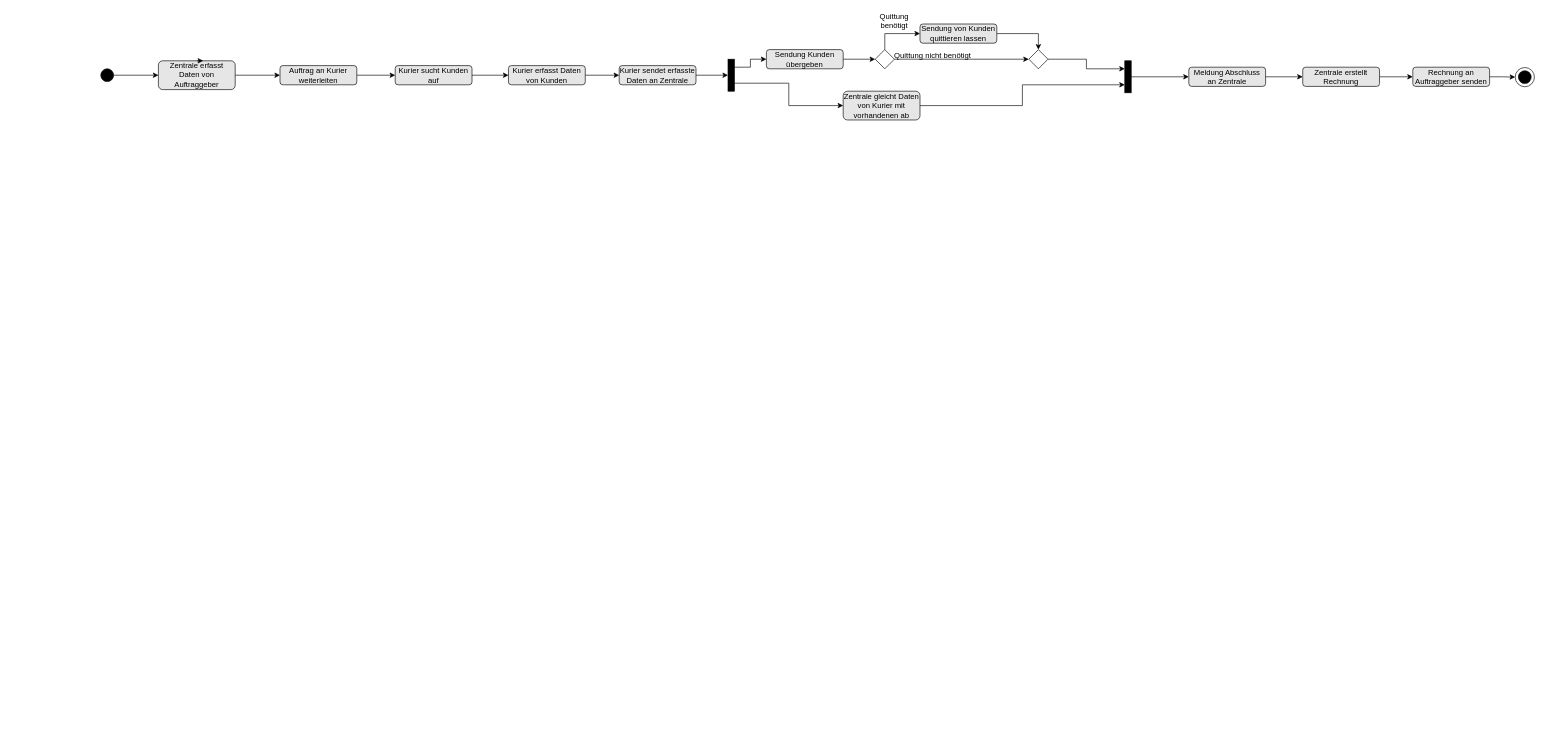
Before: 3-Lehrjahr/UML/02_Aktivitaetsdiagramme/004-kurierfahrt.drawio in deanomus/SZUT, a draw.io diagram. Source tidied: cells renumbered, new cells numbered last; positions are measured from the earlier drawing's top-left corner, leaving out a move shared by most shapes. Both pictures are drawn from the tidied source at 64%, with x=0, y=0 at pixel (100, 11).
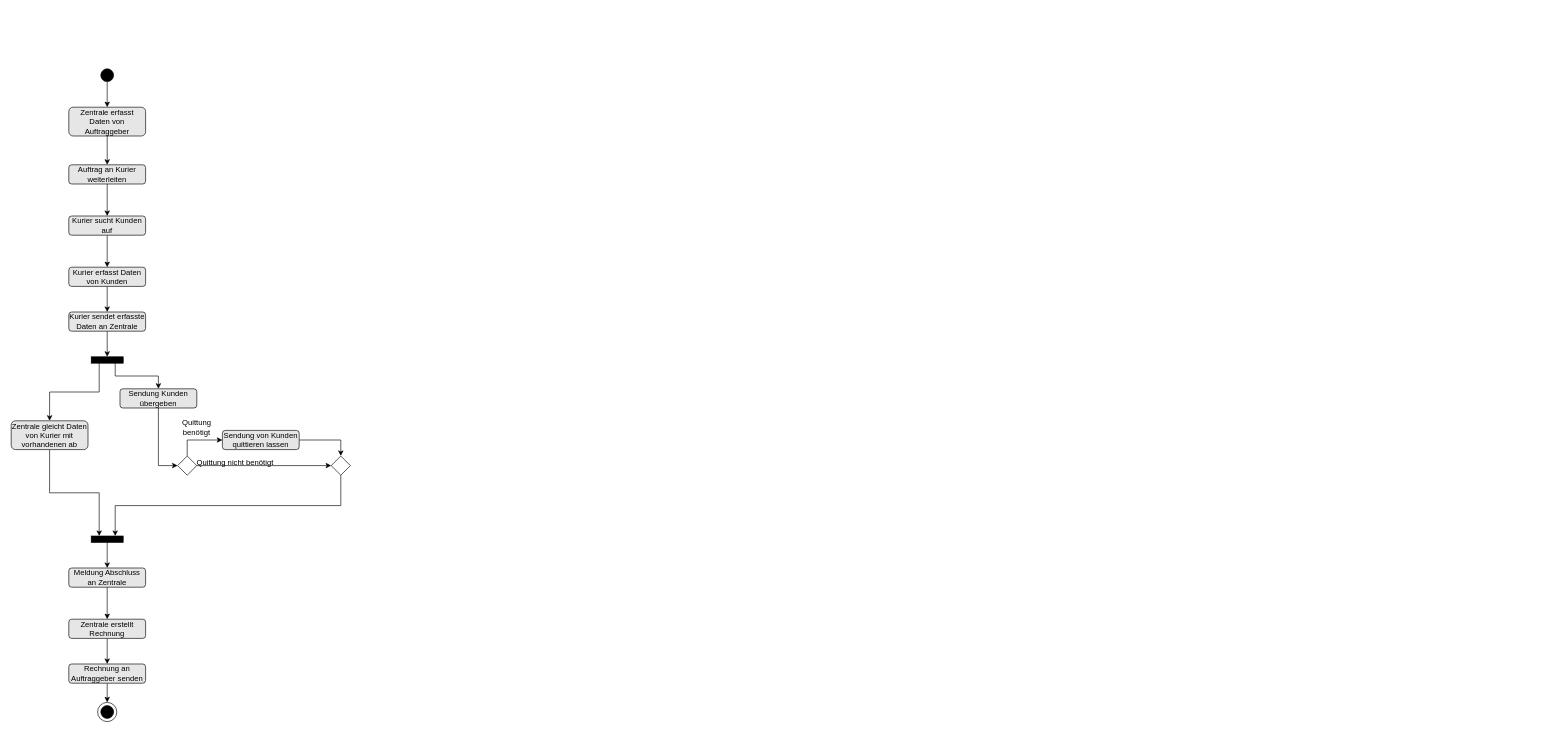
The same diagram, later.

The change refers to these unchanged cells:
```xml
<mxCell id="3" style="ellipse;whiteSpace=wrap;html=1;fillColor=#000000;" parent="1" vertex="1">
  <mxGeometry y="90" width="20" height="20" as="geometry" />
</mxCell>
```

What changed in the source:
```diff
@@
-    <mxCell id="2" style="edgeStyle=orthogonalEdgeStyle;rounded=0;jettySize=auto;html=1;exitX=1;exitY=0.5;exitDx=0;exitDy=0;" parent="1" edge="1" source="3" target="5">
+    <mxCell id="2" style="edgeStyle=orthogonalEdgeStyle;rounded=0;jettySize=auto;html=1;exitX=0.5;exitY=1;exitDx=0;exitDy=0;entryX=0.5;entryY=0;entryDx=0;entryDy=0;" parent="1" edge="1" source="3" target="5">
       <mxGeometry relative="1" as="geometry" />
     </mxCell>
@@
-    <mxCell id="4" style="edgeStyle=orthogonalEdgeStyle;rounded=0;jettySize=auto;html=1;exitX=1;exitY=0.5;exitDx=0;exitDy=0;" parent="1" edge="1" source="5" target="8">
+    <mxCell id="4" style="edgeStyle=orthogonalEdgeStyle;rounded=0;jettySize=auto;html=1;exitX=0.5;exitY=1;exitDx=0;exitDy=0;" parent="1" edge="1" source="5" target="8">
       <mxGeometry relative="1" as="geometry" />
     </mxCell>
     <mxCell id="5" value="Zentrale erfasst Daten von Auftraggeber" style="rounded=1;whiteSpace=wrap;html=1;fillColor=#E6E6E6;gradientColor=none;strokeWidth=1;perimeterSpacing=0;glass=0;" parent="1" vertex="1">
-      <mxGeometry x="90" y="77.5" width="120" height="45" as="geometry" />
+      <mxGeometry x="-50" y="150" width="120" height="45" as="geometry" />
     </mxCell>
-    <mxCell id="6" style="edgeStyle=orthogonalEdgeStyle;rounded=0;orthogonalLoop=1;jettySize=auto;html=1;exitX=0.5;exitY=0;exitDx=0;exitDy=0;entryX=0.583;entryY=0;entryDx=0;entryDy=0;entryPerimeter=0;" parent="1" edge="1" source="5" target="5">
-      <mxGeometry relative="1" as="geometry" />
-    </mxCell>
-    <mxCell id="7" style="edgeStyle=orthogonalEdgeStyle;rounded=0;jettySize=auto;html=1;exitX=1;exitY=0.5;exitDx=0;exitDy=0;" parent="1" edge="1" source="8" target="10">
+    <mxCell id="7" style="edgeStyle=orthogonalEdgeStyle;rounded=0;jettySize=auto;html=1;exitX=0.5;exitY=1;exitDx=0;exitDy=0;entryX=0.5;entryY=0;entryDx=0;entryDy=0;" parent="1" edge="1" source="8" target="10">
       <mxGeometry relative="1" as="geometry" />
     </mxCell>
     <mxCell id="8" value="Auftrag an Kurier weiterleiten" style="rounded=1;whiteSpace=wrap;html=1;fillColor=#E6E6E6;gradientColor=none;strokeWidth=1;perimeterSpacing=0;glass=0;" parent="1" vertex="1">
-      <mxGeometry x="280" y="85" width="120" height="30" as="geometry" />
+      <mxGeometry x="-50" y="240" width="120" height="30" as="geometry" />
     </mxCell>
-    <mxCell id="9" style="edgeStyle=orthogonalEdgeStyle;rounded=0;jettySize=auto;html=1;exitX=1;exitY=0.5;exitDx=0;exitDy=0;entryX=0;entryY=0.5;entryDx=0;entryDy=0;" parent="1" edge="1" source="10" target="12">
+    <mxCell id="9" style="edgeStyle=orthogonalEdgeStyle;rounded=0;jettySize=auto;html=1;exitX=0.5;exitY=1;exitDx=0;exitDy=0;entryX=0.5;entryY=0;entryDx=0;entryDy=0;" parent="1" edge="1" source="10" target="12">
       <mxGeometry relative="1" as="geometry" />
     </mxCell>
     <mxCell id="10" value="Kurier sucht Kunden auf" style="rounded=1;whiteSpace=wrap;html=1;fillColor=#E6E6E6;gradientColor=none;strokeWidth=1;perimeterSpacing=0;glass=0;" parent="1" vertex="1">
-      <mxGeometry x="460" y="85" width="120" height="30" as="geometry" />
+      <mxGeometry x="-50" y="320" width="120" height="30" as="geometry" />
     </mxCell>
-    <mxCell id="11" style="edgeStyle=orthogonalEdgeStyle;rounded=0;jettySize=auto;html=1;exitX=1;exitY=0.5;exitDx=0;exitDy=0;entryX=0;entryY=0.5;entryDx=0;entryDy=0;" parent="1" edge="1" source="12" target="14">
+    <mxCell id="11" style="edgeStyle=orthogonalEdgeStyle;rounded=0;jettySize=auto;html=1;exitX=0.5;exitY=1;exitDx=0;exitDy=0;entryX=0.5;entryY=0;entryDx=0;entryDy=0;" parent="1" edge="1" source="12" target="14">
       <mxGeometry relative="1" as="geometry" />
     </mxCell>
     <mxCell id="12" value="Kurier erfasst Daten von Kunden" style="rounded=1;whiteSpace=wrap;html=1;fillColor=#E6E6E6;gradientColor=none;strokeWidth=1;perimeterSpacing=0;glass=0;" parent="1" vertex="1">
-      <mxGeometry x="637" y="85" width="120" height="30" as="geometry" />
+      <mxGeometry x="-50" y="400" width="120" height="30" as="geometry" />
     </mxCell>
-    <mxCell id="13" style="edgeStyle=orthogonalEdgeStyle;rounded=0;jettySize=auto;html=1;exitX=1;exitY=0.5;exitDx=0;exitDy=0;entryX=0;entryY=0.5;entryDx=0;entryDy=0;" parent="1" edge="1" source="14" target="17">
+    <mxCell id="13" style="edgeStyle=orthogonalEdgeStyle;rounded=0;jettySize=auto;html=1;exitX=0.5;exitY=1;exitDx=0;exitDy=0;entryX=0;entryY=0.5;entryDx=0;entryDy=0;" parent="1" edge="1" source="14" target="17">
       <mxGeometry relative="1" as="geometry" />
     </mxCell>
     <mxCell id="14" value="Kurier sendet erfasste Daten an Zentrale" style="rounded=1;whiteSpace=wrap;html=1;fillColor=#E6E6E6;gradientColor=none;strokeWidth=1;perimeterSpacing=0;glass=0;" parent="1" vertex="1">
-      <mxGeometry x="810" y="85" width="120" height="30" as="geometry" />
+      <mxGeometry x="-50" y="470" width="120" height="30" as="geometry" />
     </mxCell>
-    <mxCell id="15" style="edgeStyle=orthogonalEdgeStyle;rounded=0;jettySize=auto;html=1;exitX=1;exitY=0.75;exitDx=0;exitDy=0;entryX=0;entryY=0.5;entryDx=0;entryDy=0;" parent="1" edge="1" source="17" target="19">
+    <mxCell id="15" style="edgeStyle=orthogonalEdgeStyle;rounded=0;jettySize=auto;html=1;exitX=1;exitY=0.75;exitDx=0;exitDy=0;entryX=0.5;entryY=0;entryDx=0;entryDy=0;" parent="1" edge="1" source="17" target="19">
       <mxGeometry relative="1" as="geometry" />
     </mxCell>
-    <mxCell id="16" style="edgeStyle=orthogonalEdgeStyle;rounded=0;jettySize=auto;html=1;exitX=1;exitY=0.25;exitDx=0;exitDy=0;entryX=0;entryY=0.5;entryDx=0;entryDy=0;" parent="1" edge="1" source="17" target="21">
+    <mxCell id="16" style="edgeStyle=orthogonalEdgeStyle;rounded=0;jettySize=auto;html=1;exitX=1;exitY=0.25;exitDx=0;exitDy=0;entryX=0.5;entryY=0;entryDx=0;entryDy=0;" parent="1" edge="1" source="17" target="21">
       <mxGeometry relative="1" as="geometry" />
     </mxCell>
-    <mxCell id="17" style="rounded=0;whiteSpace=wrap;html=1;fillColor=#000000;" parent="1" vertex="1">
-      <mxGeometry x="980" y="75" width="10" height="50" as="geometry" />
+    <mxCell id="17" style="rounded=0;whiteSpace=wrap;html=1;fillColor=#000000;rotation=90;" parent="1" vertex="1">
+      <mxGeometry x="5" y="520" width="10" height="50" as="geometry" />
     </mxCell>
-    <mxCell id="18" style="edgeStyle=orthogonalEdgeStyle;rounded=0;jettySize=auto;html=1;exitX=1;exitY=0.5;exitDx=0;exitDy=0;entryX=0;entryY=0.75;entryDx=0;entryDy=0;" parent="1" edge="1" source="19" target="30">
+    <mxCell id="18" style="edgeStyle=orthogonalEdgeStyle;rounded=0;jettySize=auto;html=1;exitX=0.5;exitY=1;exitDx=0;exitDy=0;entryX=0;entryY=0.75;entryDx=0;entryDy=0;" parent="1" edge="1" source="19" target="30">
       <mxGeometry relative="1" as="geometry" />
     </mxCell>
     <mxCell id="19" value="Zentrale gleicht Daten von Kurier mit vorhandenen ab" style="rounded=1;whiteSpace=wrap;html=1;fillColor=#E6E6E6;gradientColor=none;strokeWidth=1;perimeterSpacing=0;glass=0;" parent="1" vertex="1">
-      <mxGeometry x="1160" y="125" width="120" height="45" as="geometry" />
+      <mxGeometry x="-140" y="640" width="120" height="45" as="geometry" />
     </mxCell>
-    <mxCell id="20" style="edgeStyle=orthogonalEdgeStyle;rounded=0;jettySize=auto;html=1;exitX=1;exitY=0.5;exitDx=0;exitDy=0;entryX=0;entryY=0.5;entryDx=0;entryDy=0;" parent="1" edge="1" source="21" target="24">
-      <mxGeometry relative="1" as="geometry" />
-    </mxCell>
-    <mxCell id="21" value="Sendung Kunden übergeben" style="rounded=1;whiteSpace=wrap;html=1;fillColor=#E6E6E6;gradientColor=none;strokeWidth=1;perimeterSpacing=0;glass=0;" parent="1" vertex="1">
-      <mxGeometry x="1040" y="60" width="120" height="30" as="geometry" />
-    </mxCell>
     <mxCell id="22" style="edgeStyle=orthogonalEdgeStyle;rounded=0;jettySize=auto;html=1;exitX=0.5;exitY=0;exitDx=0;exitDy=0;entryX=0;entryY=0.5;entryDx=0;entryDy=0;" parent="1" edge="1" source="24" target="26">
       <mxGeometry relative="1" as="geometry">
         <Array as="points">
-          <mxPoint x="1225" y="35" />
+          <mxPoint x="135" y="670" />
         </Array>
       </mxGeometry>
     </mxCell>
@@
     <mxCell id="24" style="rhombus;whiteSpace=wrap;html=1;" parent="1" vertex="1">
-      <mxGeometry x="1210" y="60" width="30" height="30" as="geometry" />
+      <mxGeometry x="120" y="695" width="30" height="30" as="geometry" />
     </mxCell>
@@
     <mxCell id="26" value="Sendung von Kunden quittieren lassen" style="rounded=1;whiteSpace=wrap;html=1;fillColor=#E6E6E6;gradientColor=none;strokeWidth=1;perimeterSpacing=0;glass=0;" parent="1" vertex="1">
-      <mxGeometry x="1280" y="20" width="120" height="30" as="geometry" />
+      <mxGeometry x="190" y="655" width="120" height="30" as="geometry" />
     </mxCell>
     <mxCell id="27" value="Quittung benötigt" style="text;html=1;strokeColor=none;fillColor=none;align=center;verticalAlign=middle;whiteSpace=wrap;rounded=0;" parent="1" vertex="1">
-      <mxGeometry x="1210" width="60" height="30" as="geometry" />
+      <mxGeometry x="120" y="635" width="60" height="30" as="geometry" />
     </mxCell>
     <mxCell id="28" value="Quittung nicht benötigt" style="text;html=1;strokeColor=none;fillColor=none;align=center;verticalAlign=middle;whiteSpace=wrap;rounded=0;" parent="1" vertex="1">
-      <mxGeometry x="1230" y="55" width="140" height="30" as="geometry" />
+      <mxGeometry x="140" y="690" width="140" height="30" as="geometry" />
     </mxCell>
-    <mxCell id="29" style="edgeStyle=orthogonalEdgeStyle;rounded=0;jettySize=auto;html=1;exitX=1;exitY=0.5;exitDx=0;exitDy=0;entryX=0;entryY=0.5;entryDx=0;entryDy=0;" parent="1" edge="1" source="30" target="34">
+    <mxCell id="29" style="edgeStyle=orthogonalEdgeStyle;rounded=0;jettySize=auto;html=1;exitX=1;exitY=0.5;exitDx=0;exitDy=0;entryX=0.5;entryY=0;entryDx=0;entryDy=0;" parent="1" edge="1" source="30" target="34">
       <mxGeometry relative="1" as="geometry" />
     </mxCell>
-    <mxCell id="30" style="rounded=0;whiteSpace=wrap;html=1;fillColor=#000000;" parent="1" vertex="1">
-      <mxGeometry x="1600" y="77.5" width="10" height="50" as="geometry" />
+    <mxCell id="30" style="rounded=0;whiteSpace=wrap;html=1;fillColor=#000000;rotation=90;" parent="1" vertex="1">
+      <mxGeometry x="5" y="800" width="10" height="50" as="geometry" />
     </mxCell>
-    <mxCell id="31" style="edgeStyle=orthogonalEdgeStyle;rounded=0;jettySize=auto;html=1;exitX=1;exitY=0.5;exitDx=0;exitDy=0;entryX=0;entryY=0.25;entryDx=0;entryDy=0;" parent="1" edge="1" source="32" target="30">
+    <mxCell id="31" style="edgeStyle=orthogonalEdgeStyle;rounded=0;jettySize=auto;html=1;exitX=0.5;exitY=1;exitDx=0;exitDy=0;entryX=0;entryY=0.25;entryDx=0;entryDy=0;" parent="1" edge="1" source="32" target="30">
       <mxGeometry relative="1" as="geometry" />
     </mxCell>
     <mxCell id="32" style="rhombus;whiteSpace=wrap;html=1;" parent="1" vertex="1">
-      <mxGeometry x="1450" y="60" width="30" height="30" as="geometry" />
+      <mxGeometry x="360" y="695" width="30" height="30" as="geometry" />
     </mxCell>
-    <mxCell id="33" style="edgeStyle=orthogonalEdgeStyle;rounded=0;jettySize=auto;html=1;exitX=1;exitY=0.5;exitDx=0;exitDy=0;entryX=0;entryY=0.5;entryDx=0;entryDy=0;" parent="1" edge="1" source="34" target="36">
+    <mxCell id="33" style="edgeStyle=orthogonalEdgeStyle;rounded=0;jettySize=auto;html=1;exitX=0.5;exitY=1;exitDx=0;exitDy=0;entryX=0.5;entryY=0;entryDx=0;entryDy=0;" parent="1" edge="1" source="34" target="36">
       <mxGeometry relative="1" as="geometry" />
     </mxCell>
     <mxCell id="34" value="Meldung Abschluss an Zentrale" style="rounded=1;whiteSpace=wrap;html=1;fillColor=#E6E6E6;gradientColor=none;strokeWidth=1;perimeterSpacing=0;glass=0;" parent="1" vertex="1">
-      <mxGeometry x="1700" y="87.5" width="120" height="30" as="geometry" />
+      <mxGeometry x="-50" y="870" width="120" height="30" as="geometry" />
     </mxCell>
-    <mxCell id="35" style="edgeStyle=orthogonalEdgeStyle;rounded=0;jettySize=auto;html=1;exitX=1;exitY=0.5;exitDx=0;exitDy=0;entryX=0;entryY=0.5;entryDx=0;entryDy=0;" parent="1" edge="1" source="36" target="38">
+    <mxCell id="35" style="edgeStyle=orthogonalEdgeStyle;rounded=0;jettySize=auto;html=1;exitX=0.5;exitY=1;exitDx=0;exitDy=0;entryX=0.5;entryY=0;entryDx=0;entryDy=0;" parent="1" edge="1" source="36" target="38">
       <mxGeometry relative="1" as="geometry" />
     </mxCell>
     <mxCell id="36" value="Zentrale erstellt Rechnung" style="rounded=1;whiteSpace=wrap;html=1;fillColor=#E6E6E6;gradientColor=none;strokeWidth=1;perimeterSpacing=0;glass=0;" parent="1" vertex="1">
-      <mxGeometry x="1878" y="87.5" width="120" height="30" as="geometry" />
+      <mxGeometry x="-50" y="950" width="120" height="30" as="geometry" />
     </mxCell>
-    <mxCell id="37" style="edgeStyle=orthogonalEdgeStyle;rounded=0;jettySize=auto;html=1;exitX=1;exitY=0.5;exitDx=0;exitDy=0;entryX=0;entryY=0.5;entryDx=0;entryDy=0;" parent="1" edge="1" source="38" target="39">
+    <mxCell id="37" style="edgeStyle=orthogonalEdgeStyle;rounded=0;jettySize=auto;html=1;exitX=0.5;exitY=1;exitDx=0;exitDy=0;entryX=0.5;entryY=0;entryDx=0;entryDy=0;" parent="1" edge="1" source="38" target="39">
       <mxGeometry relative="1" as="geometry" />
     </mxCell>
     <mxCell id="38" value="Rechnung an Auftraggeber senden" style="rounded=1;whiteSpace=wrap;html=1;fillColor=#E6E6E6;gradientColor=none;strokeWidth=1;perimeterSpacing=0;glass=0;" parent="1" vertex="1">
-      <mxGeometry x="2050" y="87.5" width="120" height="30" as="geometry" />
+      <mxGeometry x="-50" y="1020" width="120" height="30" as="geometry" />
     </mxCell>
     <mxCell id="39" style="ellipse;whiteSpace=wrap;html=1;rounded=1;shadow=0;glass=0;sketch=0;strokeWidth=1;" parent="1" vertex="1">
-      <mxGeometry x="2210" y="88" width="30" height="30" as="geometry" />
+      <mxGeometry x="-5" y="1080" width="30" height="30" as="geometry" />
     </mxCell>
     <mxCell id="40" style="ellipse;whiteSpace=wrap;html=1;fillColor=#000000;" parent="1" vertex="1">
-      <mxGeometry x="2215" y="93" width="20" height="20" as="geometry" />
+      <mxGeometry y="1085" width="20" height="20" as="geometry" />
     </mxCell>
+    <mxCell id="20" style="edgeStyle=orthogonalEdgeStyle;rounded=0;jettySize=auto;html=1;exitX=0.5;exitY=1;exitDx=0;exitDy=0;entryX=0;entryY=0.5;entryDx=0;entryDy=0;" parent="1" edge="1" source="21" target="24">
+      <mxGeometry relative="1" as="geometry" />
+    </mxCell>
+    <mxCell id="21" value="Sendung Kunden übergeben" style="rounded=1;whiteSpace=wrap;html=1;fillColor=#E6E6E6;gradientColor=none;strokeWidth=1;perimeterSpacing=0;glass=0;" parent="1" vertex="1">
+      <mxGeometry x="30" y="590" width="120" height="30" as="geometry" />
+    </mxCell>
```
